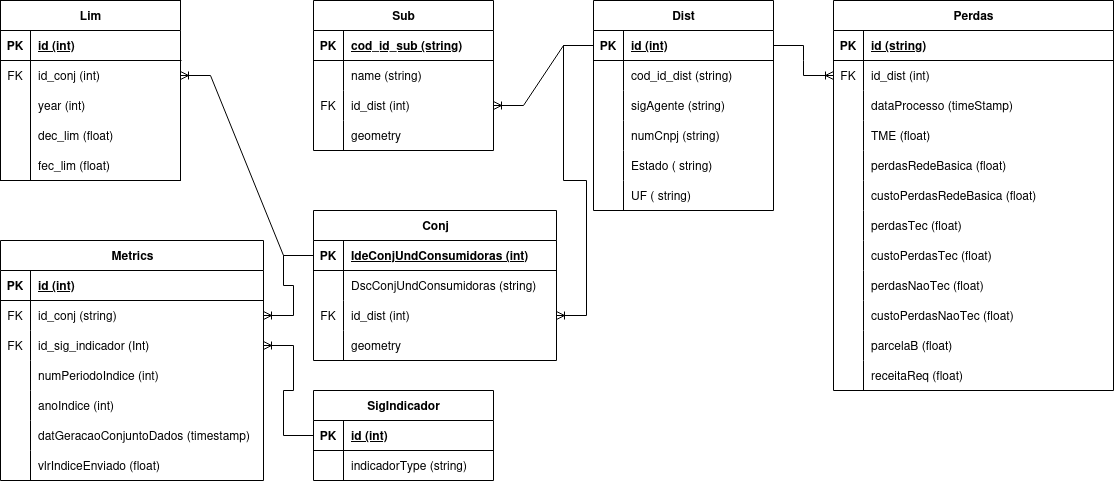
Above: docs/db/aneel_data_model.png in AthosFatecSjc/backend (draw.io), before the change. Source tidied: cells renumbered, new cells last; positions are measured from the earlier drawing's top-left corner, leaving out a move shared by most shapes.
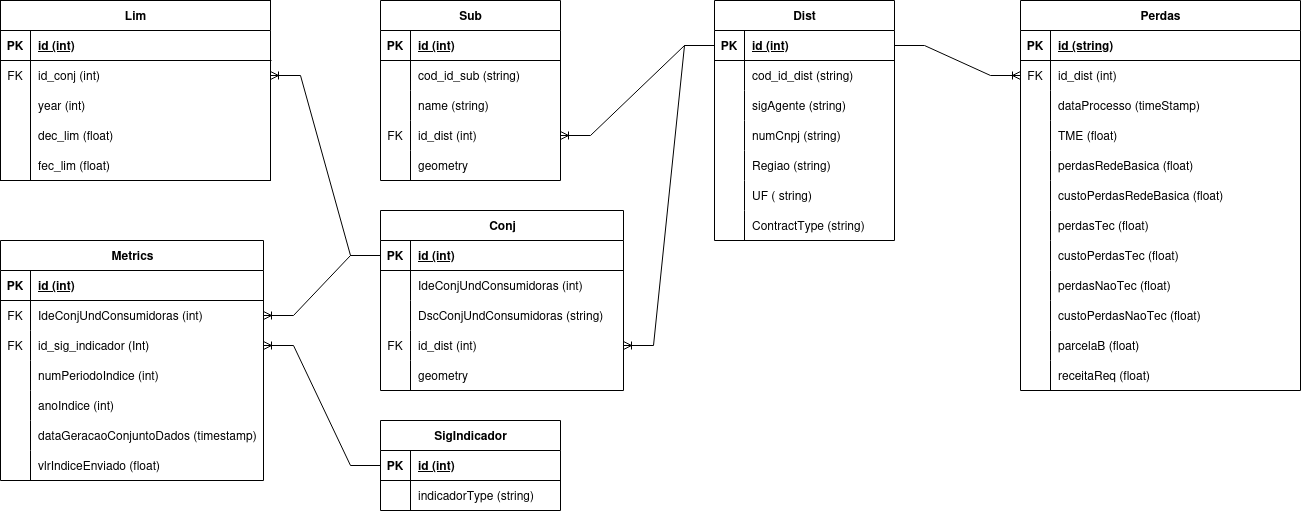
Later version of the same file.

Commit message:
ATS-46 fix: atualização do modelo erd do schema aneel

The edit, as a diff of the source:
```diff
@@ -3,55 +3,55 @@
     <mxCell id="0" />
     <mxCell id="1" parent="0" />
     <mxCell id="2" value="Lim" style="shape=table;startSize=30;rowLines=0;fontStyle=1;align=center;html=1;" parent="1" vertex="1">
-      <mxGeometry width="180" height="180" as="geometry" />
+      <mxGeometry x="-67" width="270" height="180" as="geometry" />
     </mxCell>
     <mxCell id="3" style="shape=tableRow;horizontal=0;startSize=0;swimlaneHead=0;swimlaneBody=0;fillColor=none;top=0;left=0;right=0;bottom=1;" parent="2" vertex="1">
-      <mxGeometry y="30" width="180" height="30" as="geometry" />
+      <mxGeometry y="30" width="270" height="30" as="geometry" />
     </mxCell>
     <mxCell id="4" value="PK" style="shape=partialRectangle;fillColor=none;top=0;left=0;bottom=0;right=0;fontStyle=1;overflow=hidden;whiteSpace=wrap;html=1;" parent="3" vertex="1">
       <mxGeometry width="30" height="30" as="geometry" />
     </mxCell>
     <mxCell id="5" value="id (int)" style="shape=partialRectangle;fillColor=none;top=0;left=0;bottom=0;right=0;align=left;spacingLeft=6;fontStyle=5;overflow=hidden;whiteSpace=wrap;html=1;" parent="3" vertex="1">
-      <mxGeometry x="30" width="150" height="30" as="geometry" />
+      <mxGeometry x="30" width="240" height="30" as="geometry" />
     </mxCell>
     <mxCell id="6" style="shape=tableRow;horizontal=0;startSize=0;swimlaneHead=0;swimlaneBody=0;fillColor=none;points=[[0,0.5],[1,0.5]];portConstraint=eastwest;top=0;left=0;right=0;bottom=0;" parent="2" vertex="1">
-      <mxGeometry y="60" width="180" height="30" as="geometry" />
+      <mxGeometry y="60" width="270" height="30" as="geometry" />
     </mxCell>
     <mxCell id="7" value="FK" style="shape=partialRectangle;fillColor=none;top=0;left=0;bottom=0;right=0;overflow=hidden;whiteSpace=wrap;html=1;" parent="6" vertex="1">
       <mxGeometry width="30" height="30" as="geometry" />
     </mxCell>
     <mxCell id="8" value="id_conj (int)" style="shape=partialRectangle;fillColor=none;top=0;left=0;bottom=0;right=0;align=left;spacingLeft=6;overflow=hidden;whiteSpace=wrap;html=1;" parent="6" vertex="1">
-      <mxGeometry x="30" width="150" height="30" as="geometry" />
+      <mxGeometry x="30" width="240" height="30" as="geometry" />
     </mxCell>
     <mxCell id="9" style="shape=tableRow;horizontal=0;startSize=0;swimlaneHead=0;swimlaneBody=0;fillColor=none;top=0;left=0;right=0;bottom=0;" parent="2" vertex="1">
-      <mxGeometry y="90" width="180" height="30" as="geometry" />
+      <mxGeometry y="90" width="270" height="30" as="geometry" />
     </mxCell>
     <mxCell id="10" style="shape=partialRectangle;fillColor=none;top=0;left=0;bottom=0;right=0;overflow=hidden;whiteSpace=wrap;html=1;" parent="9" vertex="1">
       <mxGeometry width="30" height="30" as="geometry" />
     </mxCell>
     <mxCell id="11" value="year (int)" style="shape=partialRectangle;fillColor=none;top=0;left=0;bottom=0;right=0;align=left;spacingLeft=6;overflow=hidden;whiteSpace=wrap;html=1;" parent="9" vertex="1">
-      <mxGeometry x="30" width="150" height="30" as="geometry" />
+      <mxGeometry x="30" width="240" height="30" as="geometry" />
     </mxCell>
     <mxCell id="12" style="shape=tableRow;horizontal=0;startSize=0;swimlaneHead=0;swimlaneBody=0;fillColor=none;top=0;left=0;right=0;bottom=0;" parent="2" vertex="1">
-      <mxGeometry y="120" width="180" height="30" as="geometry" />
+      <mxGeometry y="120" width="270" height="30" as="geometry" />
     </mxCell>
     <mxCell id="13" style="shape=partialRectangle;fillColor=none;top=0;left=0;bottom=0;right=0;overflow=hidden;whiteSpace=wrap;html=1;" parent="12" vertex="1">
       <mxGeometry width="30" height="30" as="geometry" />
     </mxCell>
     <mxCell id="14" value="dec_lim (float)" style="shape=partialRectangle;fillColor=none;top=0;left=0;bottom=0;right=0;align=left;spacingLeft=6;overflow=hidden;whiteSpace=wrap;html=1;" parent="12" vertex="1">
-      <mxGeometry x="30" width="150" height="30" as="geometry" />
+      <mxGeometry x="30" width="240" height="30" as="geometry" />
     </mxCell>
     <mxCell id="15" style="shape=tableRow;horizontal=0;startSize=0;swimlaneHead=0;swimlaneBody=0;fillColor=none;top=0;left=0;right=0;bottom=0;" parent="2" vertex="1">
-      <mxGeometry y="150" width="180" height="30" as="geometry" />
+      <mxGeometry y="150" width="270" height="30" as="geometry" />
     </mxCell>
     <mxCell id="16" style="shape=partialRectangle;fillColor=none;top=0;left=0;bottom=0;right=0;overflow=hidden;whiteSpace=wrap;html=1;" parent="15" vertex="1">
       <mxGeometry width="30" height="30" as="geometry" />
     </mxCell>
     <mxCell id="17" value="fec_lim (float)" style="shape=partialRectangle;fillColor=none;top=0;left=0;bottom=0;right=0;align=left;spacingLeft=6;overflow=hidden;whiteSpace=wrap;html=1;" parent="15" vertex="1">
-      <mxGeometry x="30" width="150" height="30" as="geometry" />
+      <mxGeometry x="30" width="240" height="30" as="geometry" />
     </mxCell>
     <mxCell id="18" value="Metrics" style="shape=table;startSize=30;rowLines=0;fontStyle=1;align=center;html=1;" parent="1" vertex="1">
-      <mxGeometry y="240" width="263" height="240" as="geometry" />
+      <mxGeometry x="-67" y="240" width="263" height="240" as="geometry" />
     </mxCell>
     <mxCell id="19" style="shape=tableRow;horizontal=0;startSize=0;swimlaneHead=0;swimlaneBody=0;fillColor=none;top=0;left=0;right=0;bottom=1;" parent="18" vertex="1">
       <mxGeometry y="30" width="263" height="30" as="geometry" />
@@ -68,7 +68,7 @@
     <mxCell id="23" value="FK" style="shape=partialRectangle;fillColor=none;top=0;left=0;bottom=0;right=0;overflow=hidden;whiteSpace=wrap;html=1;" parent="22" vertex="1">
       <mxGeometry width="30" height="30" as="geometry" />
     </mxCell>
-    <mxCell id="24" value="id_conj (string)" style="shape=partialRectangle;fillColor=none;top=0;left=0;bottom=0;right=0;align=left;spacingLeft=6;overflow=hidden;whiteSpace=wrap;html=1;" parent="22" vertex="1">
+    <mxCell id="24" value="IdeConjUndConsumidoras (int)" style="shape=partialRectangle;fillColor=none;top=0;left=0;bottom=0;right=0;align=left;spacingLeft=6;overflow=hidden;whiteSpace=wrap;html=1;" parent="22" vertex="1">
       <mxGeometry x="30" width="233" height="30" as="geometry" />
     </mxCell>
     <mxCell id="25" style="shape=tableRow;horizontal=0;startSize=0;swimlaneHead=0;swimlaneBody=0;fillColor=none;points=[[0,0.5],[1,0.5]];portConstraint=eastwest;top=0;left=0;right=0;bottom=0;" parent="18" vertex="1">
@@ -104,7 +104,7 @@
     <mxCell id="35" style="shape=partialRectangle;fillColor=none;top=0;left=0;bottom=0;right=0;overflow=hidden;whiteSpace=wrap;html=1;" parent="34" vertex="1">
       <mxGeometry width="30" height="30" as="geometry" />
     </mxCell>
-    <mxCell id="36" value="datGeracaoConjuntoDados (timestamp)" style="shape=partialRectangle;fillColor=none;top=0;left=0;bottom=0;right=0;align=left;spacingLeft=6;overflow=hidden;whiteSpace=wrap;html=1;" parent="34" vertex="1">
+    <mxCell id="36" value="dataGeracaoConjuntoDados (timestamp)" style="shape=partialRectangle;fillColor=none;top=0;left=0;bottom=0;right=0;align=left;spacingLeft=6;overflow=hidden;whiteSpace=wrap;html=1;" parent="34" vertex="1">
       <mxGeometry x="30" width="233" height="30" as="geometry" />
     </mxCell>
     <mxCell id="37" style="shape=tableRow;horizontal=0;startSize=0;swimlaneHead=0;swimlaneBody=0;fillColor=none;top=0;left=0;right=0;bottom=0;" parent="18" vertex="1">
@@ -117,7 +117,7 @@
       <mxGeometry x="30" width="233" height="30" as="geometry" />
     </mxCell>
     <mxCell id="40" value="Conj" style="shape=table;startSize=30;rowLines=0;fontStyle=1;align=center;html=1;" parent="1" vertex="1">
-      <mxGeometry x="313" y="210" width="243" height="150" as="geometry" />
+      <mxGeometry x="313" y="210" width="243" height="180" as="geometry" />
     </mxCell>
     <mxCell id="41" style="shape=tableRow;horizontal=0;startSize=0;swimlaneHead=0;swimlaneBody=0;fillColor=none;points=[[0,0.5],[1,0.5]];portConstraint=eastwest;top=0;left=0;right=0;bottom=1;" parent="40" vertex="1">
       <mxGeometry y="30" width="243" height="30" as="geometry" />
@@ -125,7 +125,7 @@
     <mxCell id="42" value="PK" style="shape=partialRectangle;fillColor=none;top=0;left=0;bottom=0;right=0;fontStyle=1;overflow=hidden;whiteSpace=wrap;html=1;" parent="41" vertex="1">
       <mxGeometry width="30" height="30" as="geometry" />
     </mxCell>
-    <mxCell id="43" value="IdeConjUndConsumidoras (int)" style="shape=partialRectangle;fillColor=none;top=0;left=0;bottom=0;right=0;align=left;spacingLeft=6;fontStyle=5;overflow=hidden;whiteSpace=wrap;html=1;" parent="41" vertex="1">
+    <mxCell id="43" value="id (int)" style="shape=partialRectangle;fillColor=none;top=0;left=0;bottom=0;right=0;align=left;spacingLeft=6;fontStyle=5;overflow=hidden;whiteSpace=wrap;html=1;" parent="41" vertex="1">
       <mxGeometry x="30" width="213" height="30" as="geometry" />
     </mxCell>
     <mxCell id="44" style="shape=tableRow;horizontal=0;startSize=0;swimlaneHead=0;swimlaneBody=0;fillColor=none;top=0;left=0;right=0;bottom=0;" parent="40" vertex="1">
@@ -134,11 +134,20 @@
     <mxCell id="45" style="shape=partialRectangle;fillColor=none;top=0;left=0;bottom=0;right=0;overflow=hidden;whiteSpace=wrap;html=1;" parent="44" vertex="1">
       <mxGeometry width="30" height="30" as="geometry" />
     </mxCell>
-    <mxCell id="46" value="DscConjUndConsumidoras (string)" style="shape=partialRectangle;fillColor=none;top=0;left=0;bottom=0;right=0;align=left;spacingLeft=6;overflow=hidden;whiteSpace=wrap;html=1;" parent="44" vertex="1">
+    <mxCell id="46" value="IdeConjUndConsumidoras (int)" style="shape=partialRectangle;fillColor=none;top=0;left=0;bottom=0;right=0;align=left;spacingLeft=6;overflow=hidden;whiteSpace=wrap;html=1;" parent="44" vertex="1">
       <mxGeometry x="30" width="213" height="30" as="geometry" />
     </mxCell>
+    <mxCell id="135" style="shape=tableRow;horizontal=0;startSize=0;swimlaneHead=0;swimlaneBody=0;fillColor=none;top=0;left=0;right=0;bottom=0;" parent="40" vertex="1">
+      <mxGeometry y="90" width="243" height="30" as="geometry" />
+    </mxCell>
+    <mxCell id="136" style="shape=partialRectangle;fillColor=none;top=0;left=0;bottom=0;right=0;overflow=hidden;whiteSpace=wrap;html=1;" parent="135" vertex="1">
+      <mxGeometry width="30" height="30" as="geometry" />
+    </mxCell>
+    <mxCell id="137" value="DscConjUndConsumidoras (string)" style="shape=partialRectangle;fillColor=none;top=0;left=0;bottom=0;right=0;align=left;spacingLeft=6;overflow=hidden;whiteSpace=wrap;html=1;" parent="135" vertex="1">
+      <mxGeometry x="30" width="213" height="30" as="geometry" />
+    </mxCell>
     <mxCell id="47" style="shape=tableRow;horizontal=0;startSize=0;swimlaneHead=0;swimlaneBody=0;fillColor=none;points=[[0,0.5],[1,0.5]];portConstraint=eastwest;top=0;left=0;right=0;bottom=0;" parent="40" vertex="1">
-      <mxGeometry y="90" width="243" height="30" as="geometry" />
+      <mxGeometry y="120" width="243" height="30" as="geometry" />
     </mxCell>
     <mxCell id="48" value="FK" style="shape=partialRectangle;fillColor=none;top=0;left=0;bottom=0;right=0;overflow=hidden;whiteSpace=wrap;html=1;" parent="47" vertex="1">
       <mxGeometry width="30" height="30" as="geometry" />
@@ -147,7 +156,7 @@
       <mxGeometry x="30" width="213" height="30" as="geometry" />
     </mxCell>
     <mxCell id="50" style="shape=tableRow;horizontal=0;startSize=0;swimlaneHead=0;swimlaneBody=0;fillColor=none;top=0;left=0;right=0;bottom=0;" parent="40" vertex="1">
-      <mxGeometry y="120" width="243" height="30" as="geometry" />
+      <mxGeometry y="150" width="243" height="30" as="geometry" />
     </mxCell>
     <mxCell id="51" style="shape=partialRectangle;fillColor=none;top=0;left=0;bottom=0;right=0;overflow=hidden;whiteSpace=wrap;html=1;" parent="50" vertex="1">
       <mxGeometry width="30" height="30" as="geometry" />
@@ -156,7 +165,7 @@
       <mxGeometry x="30" width="213" height="30" as="geometry" />
     </mxCell>
     <mxCell id="53" value="Dist" style="shape=table;startSize=30;rowLines=0;fontStyle=1;align=center;html=1;" parent="1" vertex="1">
-      <mxGeometry x="593" width="180" height="210" as="geometry" />
+      <mxGeometry x="647" width="180" height="240" as="geometry" />
     </mxCell>
     <mxCell id="54" style="shape=tableRow;horizontal=0;startSize=0;swimlaneHead=0;swimlaneBody=0;fillColor=none;points=[[0,0.5],[1,0.5]];portConstraint=eastwest;top=0;left=0;right=0;bottom=1;" parent="53" vertex="1">
       <mxGeometry y="30" width="180" height="30" as="geometry" />
@@ -197,12 +206,12 @@
     <mxCell id="66" style="shape=tableRow;horizontal=0;startSize=0;swimlaneHead=0;swimlaneBody=0;fillColor=none;top=0;left=0;right=0;bottom=0;" parent="53" vertex="1">
       <mxGeometry y="150" width="180" height="30" as="geometry" />
     </mxCell>
-    <mxCell id="67" style="shape=partialRectangle;fillColor=none;top=0;left=0;bottom=0;right=0;overflow=hidden;whiteSpace=wrap;html=1;" parent="66" vertex="1">
-      <mxGeometry width="30" height="30" as="geometry" />
-    </mxCell>
-    <mxCell id="68" value="Estado ( string)" style="shape=partialRectangle;fillColor=none;top=0;left=0;bottom=0;right=0;align=left;spacingLeft=6;overflow=hidden;whiteSpace=wrap;html=1;" parent="66" vertex="1">
-      <mxGeometry x="30" width="150" height="30" as="geometry" />
-    </mxCell>
+    <mxCell id="138" style="shape=partialRectangle;fillColor=none;top=0;left=0;bottom=0;right=0;overflow=hidden;whiteSpace=wrap;html=1;" parent="66" vertex="1">
+      <mxGeometry width="30" height="30" as="geometry" />
+    </mxCell>
+    <mxCell id="139" value="Regiao (string)" style="shape=partialRectangle;fillColor=none;top=0;left=0;bottom=0;right=0;align=left;spacingLeft=6;overflow=hidden;whiteSpace=wrap;html=1;" parent="66" vertex="1">
+      <mxGeometry x="30" width="150" height="30" as="geometry" />
+    </mxCell>
     <mxCell id="69" style="shape=tableRow;horizontal=0;startSize=0;swimlaneHead=0;swimlaneBody=0;fillColor=none;top=0;left=0;right=0;bottom=0;" parent="53" vertex="1">
       <mxGeometry y="180" width="180" height="30" as="geometry" />
     </mxCell>
@@ -212,8 +221,17 @@
     <mxCell id="71" value="UF ( string)" style="shape=partialRectangle;fillColor=none;top=0;left=0;bottom=0;right=0;align=left;spacingLeft=6;overflow=hidden;whiteSpace=wrap;html=1;" parent="69" vertex="1">
       <mxGeometry x="30" width="150" height="30" as="geometry" />
     </mxCell>
+    <mxCell id="140" style="shape=tableRow;horizontal=0;startSize=0;swimlaneHead=0;swimlaneBody=0;fillColor=none;top=0;left=0;right=0;bottom=0;" parent="53" vertex="1">
+      <mxGeometry y="210" width="180" height="30" as="geometry" />
+    </mxCell>
+    <mxCell id="141" style="shape=partialRectangle;fillColor=none;top=0;left=0;bottom=0;right=0;overflow=hidden;whiteSpace=wrap;html=1;" parent="140" vertex="1">
+      <mxGeometry width="30" height="30" as="geometry" />
+    </mxCell>
+    <mxCell id="142" value="ContractType (string)" style="shape=partialRectangle;fillColor=none;top=0;left=0;bottom=0;right=0;align=left;spacingLeft=6;overflow=hidden;whiteSpace=wrap;html=1;" parent="140" vertex="1">
+      <mxGeometry x="30" width="150" height="30" as="geometry" />
+    </mxCell>
     <mxCell id="72" value="SigIndicador" style="shape=table;startSize=30;rowLines=0;fontStyle=1;align=center;html=1;" parent="1" vertex="1">
-      <mxGeometry x="313" y="390" width="180" height="90" as="geometry" />
+      <mxGeometry x="313" y="420" width="180" height="90" as="geometry" />
     </mxCell>
     <mxCell id="73" style="shape=tableRow;horizontal=0;startSize=0;swimlaneHead=0;swimlaneBody=0;fillColor=none;points=[[0,0.5],[1,0.5]];portConstraint=eastwest;top=0;left=0;right=0;bottom=1;" parent="72" vertex="1">
       <mxGeometry y="30" width="180" height="30" as="geometry" />
@@ -234,7 +252,7 @@
       <mxGeometry x="30" width="150" height="30" as="geometry" />
     </mxCell>
     <mxCell id="79" value="Sub" style="shape=table;startSize=30;rowLines=0;fontStyle=1;align=center;html=1;" parent="1" vertex="1">
-      <mxGeometry x="313" width="180" height="150" as="geometry" />
+      <mxGeometry x="313" width="180" height="180" as="geometry" />
     </mxCell>
     <mxCell id="80" style="shape=tableRow;horizontal=0;startSize=0;swimlaneHead=0;swimlaneBody=0;fillColor=none;top=0;left=0;right=0;bottom=1;" parent="79" vertex="1">
       <mxGeometry y="30" width="180" height="30" as="geometry" />
@@ -242,7 +260,7 @@
     <mxCell id="81" value="PK" style="shape=partialRectangle;fillColor=none;top=0;left=0;bottom=0;right=0;fontStyle=1;overflow=hidden;whiteSpace=wrap;html=1;" parent="80" vertex="1">
       <mxGeometry width="30" height="30" as="geometry" />
     </mxCell>
-    <mxCell id="82" value="cod_id_sub (string)" style="shape=partialRectangle;fillColor=none;top=0;left=0;bottom=0;right=0;align=left;spacingLeft=6;fontStyle=5;overflow=hidden;whiteSpace=wrap;html=1;" parent="80" vertex="1">
+    <mxCell id="82" value="id (int)" style="shape=partialRectangle;fillColor=none;top=0;left=0;bottom=0;right=0;align=left;spacingLeft=6;fontStyle=5;overflow=hidden;whiteSpace=wrap;html=1;" parent="80" vertex="1">
       <mxGeometry x="30" width="150" height="30" as="geometry" />
     </mxCell>
     <mxCell id="83" style="shape=tableRow;horizontal=0;startSize=0;swimlaneHead=0;swimlaneBody=0;fillColor=none;top=0;left=0;right=0;bottom=0;" parent="79" vertex="1">
@@ -251,11 +269,20 @@
     <mxCell id="84" style="shape=partialRectangle;fillColor=none;top=0;left=0;bottom=0;right=0;overflow=hidden;whiteSpace=wrap;html=1;" parent="83" vertex="1">
       <mxGeometry width="30" height="30" as="geometry" />
     </mxCell>
-    <mxCell id="85" value="name (string)" style="shape=partialRectangle;fillColor=none;top=0;left=0;bottom=0;right=0;align=left;spacingLeft=6;overflow=hidden;whiteSpace=wrap;html=1;" parent="83" vertex="1">
+    <mxCell id="85" value="cod_id_sub (string)" style="shape=partialRectangle;fillColor=none;top=0;left=0;bottom=0;right=0;align=left;spacingLeft=6;overflow=hidden;whiteSpace=wrap;html=1;" parent="83" vertex="1">
       <mxGeometry x="30" width="150" height="30" as="geometry" />
     </mxCell>
+    <mxCell id="143" style="shape=tableRow;horizontal=0;startSize=0;swimlaneHead=0;swimlaneBody=0;fillColor=none;top=0;left=0;right=0;bottom=0;" parent="79" vertex="1">
+      <mxGeometry y="90" width="180" height="30" as="geometry" />
+    </mxCell>
+    <mxCell id="144" style="shape=partialRectangle;fillColor=none;top=0;left=0;bottom=0;right=0;overflow=hidden;whiteSpace=wrap;html=1;" parent="143" vertex="1">
+      <mxGeometry width="30" height="30" as="geometry" />
+    </mxCell>
+    <mxCell id="145" value="name (string)" style="shape=partialRectangle;fillColor=none;top=0;left=0;bottom=0;right=0;align=left;spacingLeft=6;overflow=hidden;whiteSpace=wrap;html=1;" parent="143" vertex="1">
+      <mxGeometry x="30" width="150" height="30" as="geometry" />
+    </mxCell>
     <mxCell id="86" style="shape=tableRow;horizontal=0;startSize=0;swimlaneHead=0;swimlaneBody=0;fillColor=none;points=[[0,0.5],[1,0.5]];portConstraint=eastwest;top=0;left=0;right=0;bottom=0;" parent="79" vertex="1">
-      <mxGeometry y="90" width="180" height="30" as="geometry" />
+      <mxGeometry y="120" width="180" height="30" as="geometry" />
     </mxCell>
     <mxCell id="87" value="FK" style="shape=partialRectangle;fillColor=none;top=0;left=0;bottom=0;right=0;overflow=hidden;whiteSpace=wrap;html=1;" parent="86" vertex="1">
       <mxGeometry width="30" height="30" as="geometry" />
@@ -264,7 +291,7 @@
       <mxGeometry x="30" width="150" height="30" as="geometry" />
     </mxCell>
     <mxCell id="89" style="shape=tableRow;horizontal=0;startSize=0;swimlaneHead=0;swimlaneBody=0;fillColor=none;top=0;left=0;right=0;bottom=0;" parent="79" vertex="1">
-      <mxGeometry y="120" width="180" height="30" as="geometry" />
+      <mxGeometry y="150" width="180" height="30" as="geometry" />
     </mxCell>
     <mxCell id="90" style="shape=partialRectangle;fillColor=none;top=0;left=0;bottom=0;right=0;overflow=hidden;whiteSpace=wrap;html=1;" parent="89" vertex="1">
       <mxGeometry width="30" height="30" as="geometry" />
@@ -288,7 +315,7 @@
       <mxGeometry relative="1" as="geometry" />
     </mxCell>
     <mxCell id="97" value="Perdas" style="shape=table;startSize=30;rowLines=0;fontStyle=1;align=center;html=1;" parent="1" vertex="1">
-      <mxGeometry x="833" width="280" height="390" as="geometry" />
+      <mxGeometry x="953" width="280" height="390" as="geometry" />
     </mxCell>
     <mxCell id="98" style="shape=tableRow;horizontal=0;startSize=0;swimlaneHead=0;swimlaneBody=0;fillColor=none;top=0;left=0;right=0;bottom=1;" parent="97" vertex="1">
       <mxGeometry y="30" width="280" height="30" as="geometry" />
```
